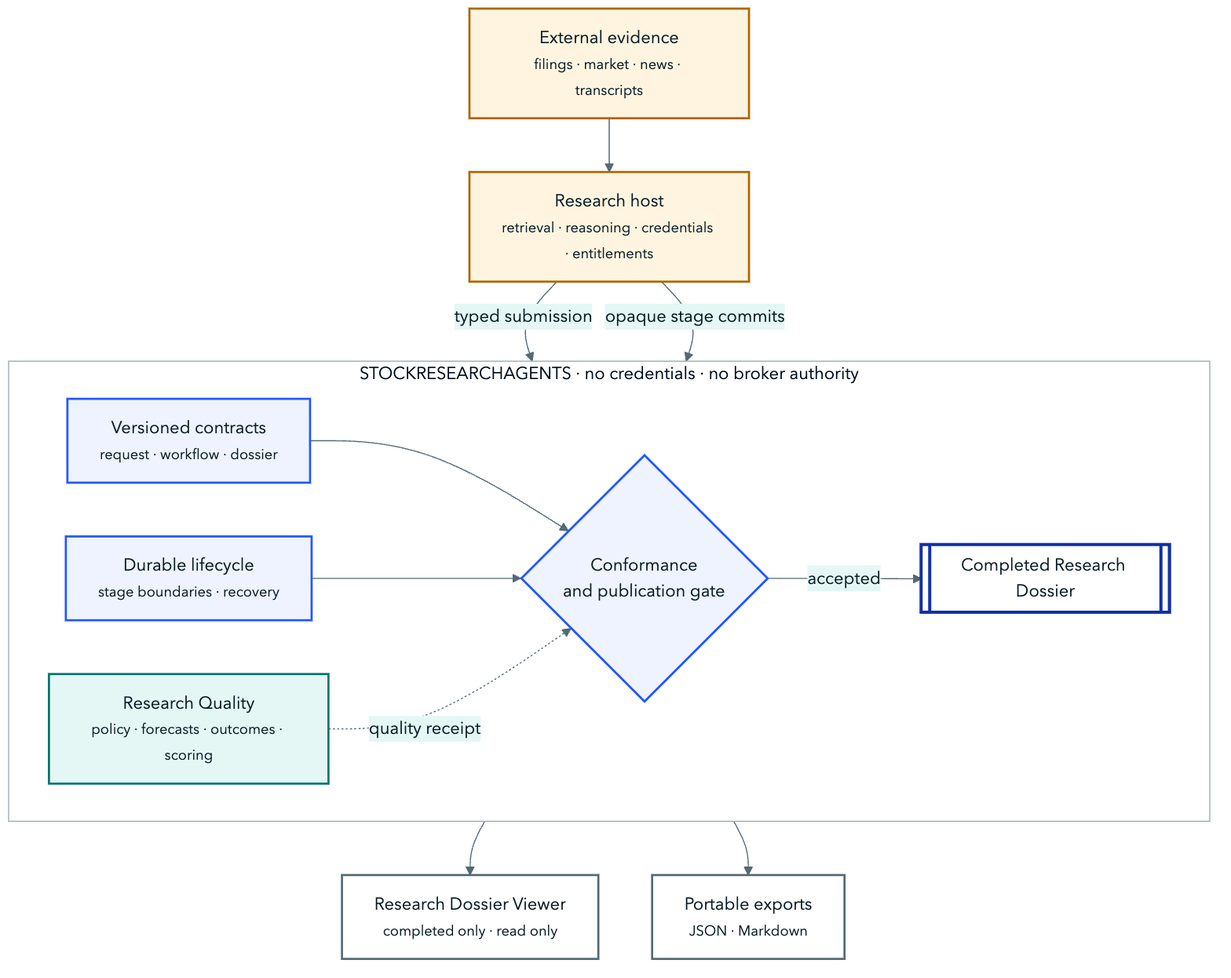
Before: assets/architecture/system-context.png, a diagram exported from Mermaid (harshitagarwal2/StockResearchAgents). Its source is kept beside it as docs/diagrams/system-context.mmd.
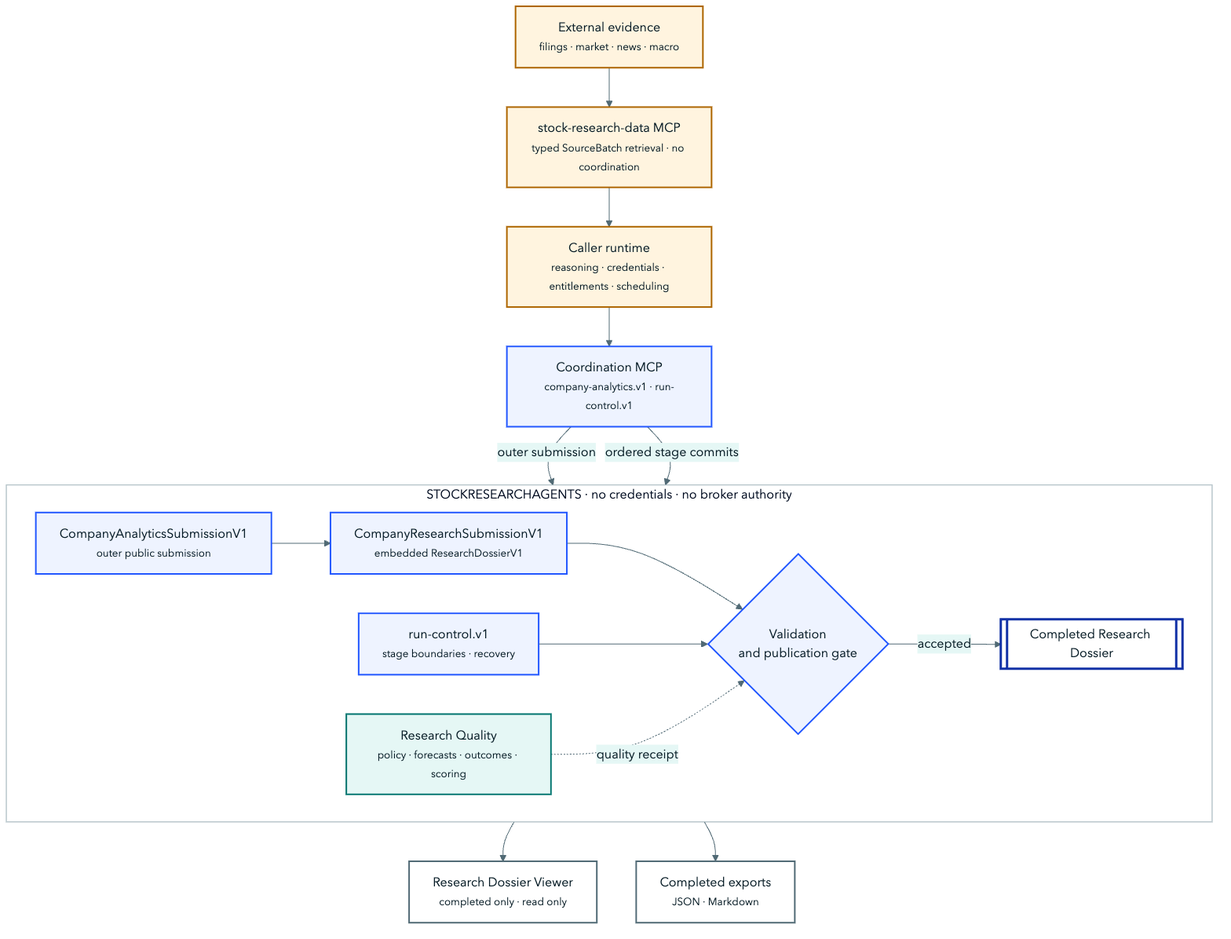
After the change.

Change to the diagram source:
```diff
@@ -1,30 +1,34 @@
 %%{init: {"theme":"base","fontFamily":"Avenir Next, Segoe UI, sans-serif","themeVariables":{"fontFamily":"Avenir Next, Segoe UI, sans-serif","primaryColor":"#eef3ff","primaryTextColor":"#071c26","primaryBorderColor":"#2257ff","lineColor":"#516a75","secondaryColor":"#e5f7f5","tertiaryColor":"#fff4df","background":"#f5f8f9","clusterBkg":"#ffffff","clusterBorder":"#96aab2"},"flowchart":{"curve":"basis","htmlLabels":true}}}%%
 flowchart TB
   accTitle: StockResearchAgents system context
-  accDescr: A host harness retrieves evidence and runs agents. StockResearchAgents validates, persists, and publishes a completed dossier. The read-only viewer and exports can see only completed results.
+  accDescr: A caller runtime coordinates the public company-analytics.v1 profile through the coordination MCP and retrieves typed evidence through a separate stock-research-data MCP. StockResearchAgents validates the outer CompanyAnalyticsSubmissionV1, including its embedded CompanyResearchSubmissionV1 and ResearchDossierV1 foundation, before publishing CompanyAnalyticsResultV1 for projection-only viewers and exports.
 
-  S["External evidence<br/><small>filings · market · news · transcripts</small>"]
-  H["Research host<br/><small>retrieval · reasoning · credentials · entitlements</small>"]
+  S["External evidence<br/><small>filings · market · news · macro</small>"]
+  H["Caller runtime<br/><small>reasoning · credentials · entitlements · scheduling</small>"]
+  DATA["stock-research-data MCP<br/><small>typed SourceBatch retrieval · no coordination</small>"]
+  COORD["Coordination MCP<br/><small>company-analytics.v1 · run-control.v1</small>"]
 
   subgraph P["STOCKRESEARCHAGENTS · no credentials · no broker authority"]
     direction LR
-    C["Versioned contracts<br/><small>request · workflow · dossier</small>"]
-    V{"Conformance<br/>and publication gate"}
-    L["Durable lifecycle<br/><small>stage boundaries · recovery</small>"]
+    C["CompanyAnalyticsSubmissionV1<br/><small>outer public submission</small>"]
+    R["CompanyResearchSubmissionV1<br/><small>embedded ResearchDossierV1</small>"]
+    V{"Validation<br/>and publication gate"}
+    L["run-control.v1<br/><small>stage boundaries · recovery</small>"]
     Q["Research Quality<br/><small>policy · forecasts · outcomes · scoring</small>"]
     D[["Completed Research Dossier"]]
-    C --> V
+    C --> R --> V
     L --> V
     Q -. quality receipt .-> V
     V -->|accepted| D
   end
 
   U["Research Dossier Viewer<br/><small>completed only · read only</small>"]
-  X["Portable exports<br/><small>JSON · Markdown</small>"]
+  X["Completed exports<br/><small>JSON · Markdown</small>"]
 
-  S --> H
-  H -->|typed submission| C
-  H -->|opaque stage commits| L
+  S --> DATA --> H
+  H --> COORD
+  COORD -->|outer submission| C
+  COORD -->|ordered stage commits| L
   D --> U
   D --> X
 
@@ -33,8 +37,8 @@
   classDef quality fill:#e5f7f5,stroke:#00746e,color:#071c26,stroke-width:2px;
   classDef artifact fill:#ffffff,stroke:#1231a6,color:#071c26,stroke-width:3px;
   classDef view fill:#ffffff,stroke:#516a75,color:#071c26,stroke-width:2px;
-  class S,H host;
-  class C,L,V port;
+  class S,H,DATA host;
+  class COORD,C,R,L,V port;
   class Q quality;
   class D artifact;
   class U,X view;
```
